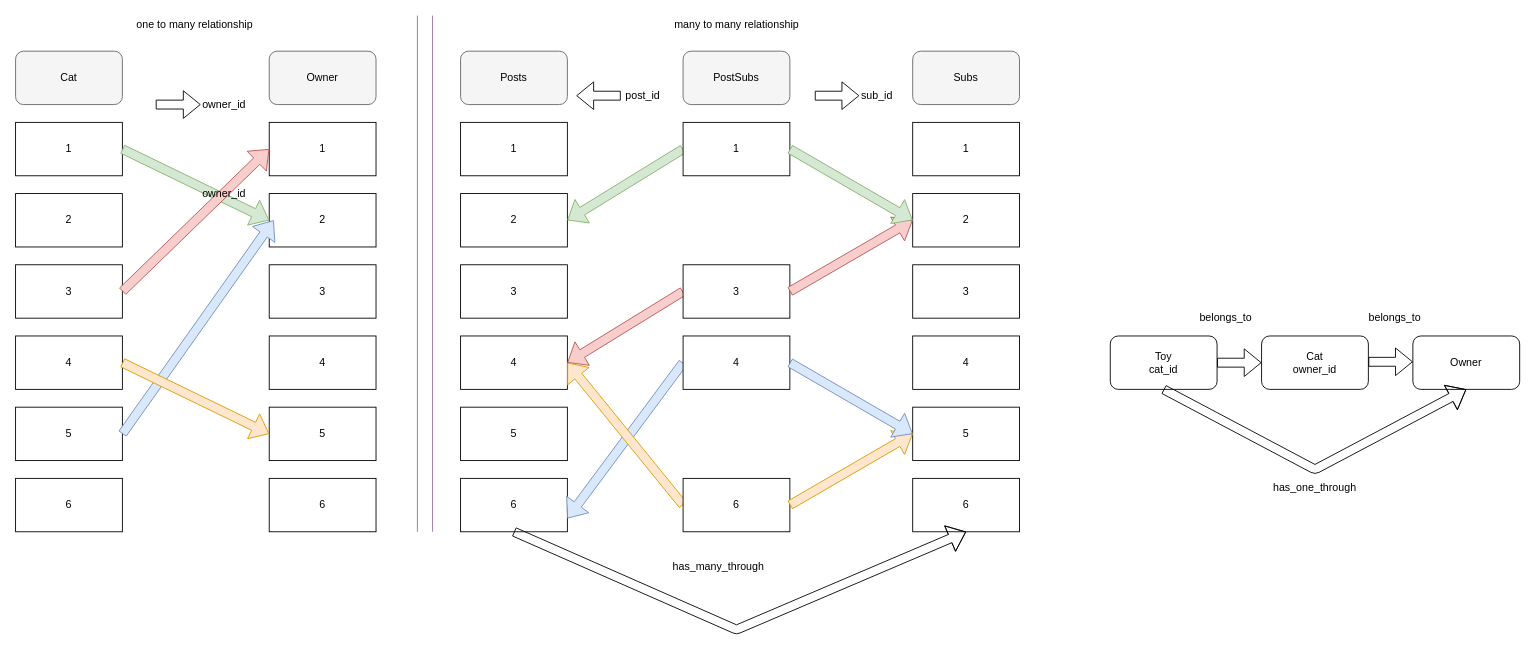
This is associations-diagram.drawio from ssoonmi/draw-io, a draw.io file, before an edit. Source tidied: cells renumbered, new cells numbered last; positions are measured from the earlier drawing's top-left corner, leaving out a move shared by most shapes. Both pictures are drawn from the tidied source at 89%, with x=0, y=0 at pixel (15, 15).
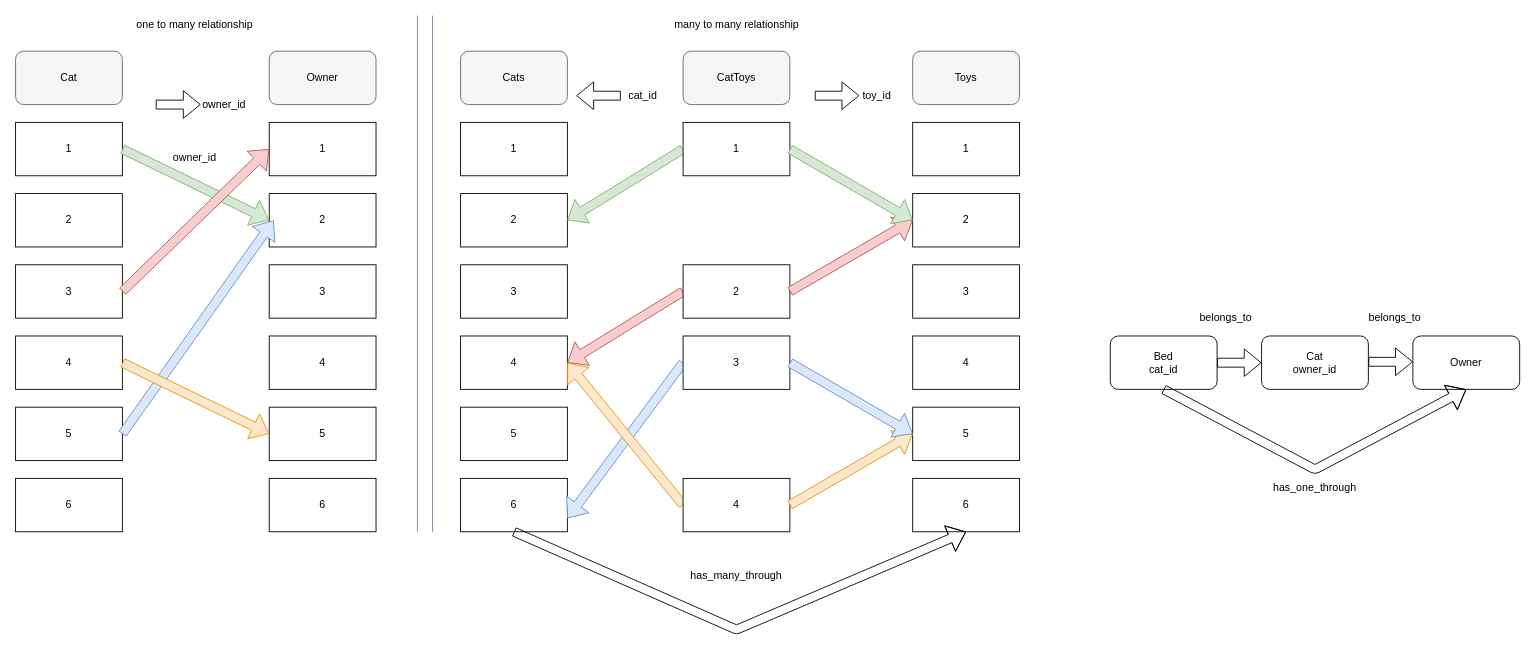
After the change.

Diff of the diagram source:
```diff
@@
-    <mxCell id="39" value="Posts" style="text;html=1;strokeColor=none;fillColor=none;align=center;verticalAlign=middle;whiteSpace=wrap;rounded=0;" parent="1" vertex="1">
+    <mxCell id="39" value="Cats" style="text;html=1;strokeColor=none;fillColor=none;align=center;verticalAlign=middle;whiteSpace=wrap;rounded=0;" parent="1" vertex="1">
       <mxGeometry x="540" y="60" width="40" height="20" as="geometry" />
     </mxCell>
@@
-    <mxCell id="41" value="Subs" style="text;html=1;strokeColor=none;fillColor=none;align=center;verticalAlign=middle;whiteSpace=wrap;rounded=0;" parent="1" vertex="1">
+    <mxCell id="41" value="Toys" style="text;html=1;strokeColor=none;fillColor=none;align=center;verticalAlign=middle;whiteSpace=wrap;rounded=0;" parent="1" vertex="1">
       <mxGeometry x="1048" y="60" width="40" height="20" as="geometry" />
     </mxCell>
@@
-    <mxCell id="43" value="3" style="rounded=0;whiteSpace=wrap;html=1;" parent="1" vertex="1">
+    <mxCell id="43" value="2" style="rounded=0;whiteSpace=wrap;html=1;" parent="1" vertex="1">
       <mxGeometry x="750" y="280" width="120" height="60" as="geometry" />
     </mxCell>
-    <mxCell id="44" value="4" style="rounded=0;whiteSpace=wrap;html=1;" parent="1" vertex="1">
+    <mxCell id="44" value="3" style="rounded=0;whiteSpace=wrap;html=1;" parent="1" vertex="1">
       <mxGeometry x="750" y="360" width="120" height="60" as="geometry" />
     </mxCell>
-    <mxCell id="45" value="6" style="rounded=0;whiteSpace=wrap;html=1;" parent="1" vertex="1">
+    <mxCell id="45" value="4" style="rounded=0;whiteSpace=wrap;html=1;" parent="1" vertex="1">
       <mxGeometry x="750" y="520" width="120" height="60" as="geometry" />
     </mxCell>
@@
-    <mxCell id="47" value="PostSubs" style="text;html=1;strokeColor=none;fillColor=none;align=center;verticalAlign=middle;whiteSpace=wrap;rounded=0;" parent="1" vertex="1">
+    <mxCell id="47" value="CatToys" style="text;html=1;strokeColor=none;fillColor=none;align=center;verticalAlign=middle;whiteSpace=wrap;rounded=0;" parent="1" vertex="1">
       <mxGeometry x="790" y="60" width="40" height="20" as="geometry" />
     </mxCell>
@@
     <mxCell id="54" value="owner_id" style="text;html=1;strokeColor=none;fillColor=none;align=center;verticalAlign=middle;whiteSpace=wrap;rounded=0;" parent="1" vertex="1">
-      <mxGeometry x="208" y="190" width="53" height="20" as="geometry" />
+      <mxGeometry x="175" y="150" width="53" height="20" as="geometry" />
     </mxCell>
@@
-    <mxCell id="56" value="sub_id" style="text;html=1;strokeColor=none;fillColor=none;align=center;verticalAlign=middle;whiteSpace=wrap;rounded=0;" parent="1" vertex="1">
+    <mxCell id="56" value="toy_id" style="text;html=1;strokeColor=none;fillColor=none;align=center;verticalAlign=middle;whiteSpace=wrap;rounded=0;" parent="1" vertex="1">
       <mxGeometry x="948" y="80" width="40" height="20" as="geometry" />
     </mxCell>
@@
-    <mxCell id="58" value="post_id" style="text;html=1;strokeColor=none;fillColor=none;align=center;verticalAlign=middle;whiteSpace=wrap;rounded=0;" parent="1" vertex="1">
+    <mxCell id="58" value="cat_id" style="text;html=1;strokeColor=none;fillColor=none;align=center;verticalAlign=middle;whiteSpace=wrap;rounded=0;" parent="1" vertex="1">
       <mxGeometry x="685" y="80" width="40" height="20" as="geometry" />
     </mxCell>
@@
-    <mxCell id="62" value="Toy&lt;br&gt;cat_id" style="rounded=1;whiteSpace=wrap;html=1;" parent="1" vertex="1">
+    <mxCell id="62" value="Bed&lt;br&gt;cat_id" style="rounded=1;whiteSpace=wrap;html=1;" parent="1" vertex="1">
       <mxGeometry x="1230" y="360" width="120" height="60" as="geometry" />
     </mxCell>
@@
     <mxCell id="72" value="has_many_through" style="text;html=1;strokeColor=none;fillColor=none;align=center;verticalAlign=middle;whiteSpace=wrap;rounded=0;" parent="1" vertex="1">
-      <mxGeometry x="770" y="610" width="40" height="20" as="geometry" />
+      <mxGeometry x="790" y="620" width="40" height="20" as="geometry" />
     </mxCell>
```
